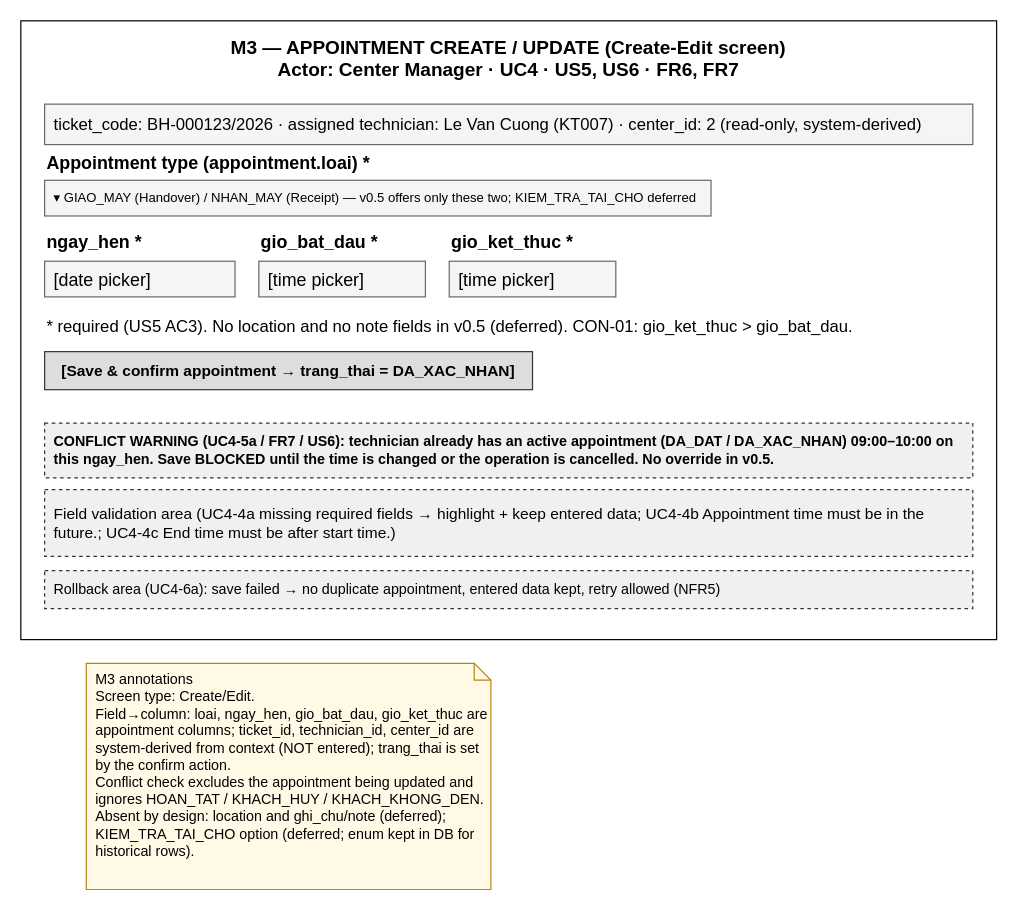
RASPHONE/cdtn1-rasphonesamphanthamith-l4 keeps this draw.io diagram as page "M3 Appointment" (3 of 3) of docs/wireframes_l4_en.drawio. Above is the earlier version. Source tidied: cells renumbered, new cells numbered last; positions are measured from the earlier drawing's top-left corner, leaving out a move shared by most shapes. Both pictures are drawn from the tidied source at 119%, with x=0, y=0 at pixel (20, 20).
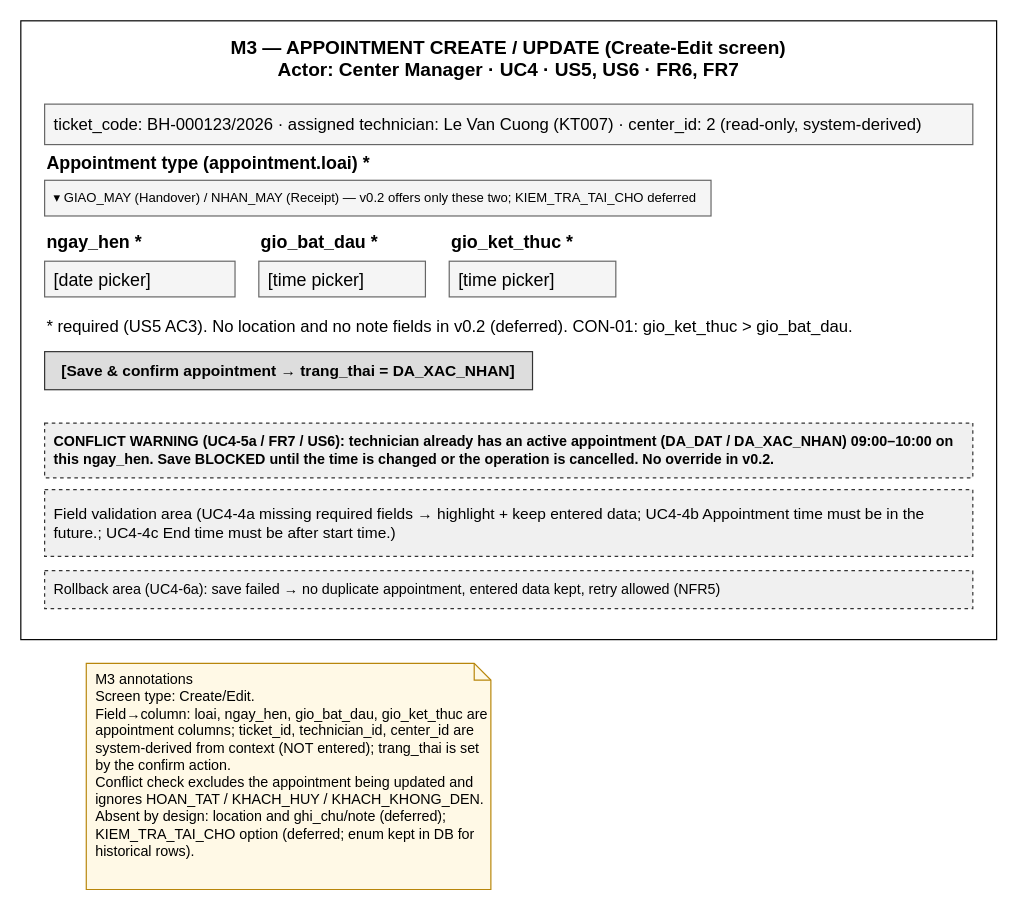
Above is the later version.

Diff of the diagram source:
```diff
@@
 <mxGraphModel>
   <root>
     <mxCell id="0" />
     <mxCell id="1" parent="0" />
     <mxCell id="2" value="M3 — APPOINTMENT CREATE / UPDATE (Create-Edit screen)&#10;Actor: Center Manager · UC4 · US5, US6 · FR6, FR7" style="rounded=0;whiteSpace=wrap;html=1;fillColor=#FFFFFF;strokeColor=#000000;verticalAlign=top;fontStyle=1;fontSize=16;spacingTop=6;" parent="1" vertex="1">
       <mxGeometry width="820" height="520" as="geometry" />
     </mxCell>
     <mxCell id="3" value="ticket_code: BH-000123/2026 · assigned technician: Le Van Cuong (KT007) · center_id: 2  (read-only, system-derived)" style="rounded=0;whiteSpace=wrap;html=1;fillColor=#F5F5F5;strokeColor=#666666;align=left;spacingLeft=6;fontSize=14;" parent="1" vertex="1">
       <mxGeometry x="20" y="70" width="780" height="34" as="geometry" />
     </mxCell>
     <mxCell id="4" value="Appointment type (appointment.loai) *" style="text;html=1;align=left;fontSize=15;fontStyle=1;" parent="1" vertex="1">
       <mxGeometry x="20" y="104" width="260" height="18" as="geometry" />
     </mxCell>
-    <mxCell id="5" value="▾ GIAO_MAY (Handover) / NHAN_MAY (Receipt) — v0.5 offers only these two; KIEM_TRA_TAI_CHO deferred" style="rounded=0;whiteSpace=wrap;html=1;fillColor=#F5F5F5;strokeColor=#666666;align=left;spacingLeft=6;fontSize=11;" parent="1" vertex="1">
+    <mxCell id="5" value="▾ GIAO_MAY (Handover) / NHAN_MAY (Receipt) — v0.2 offers only these two; KIEM_TRA_TAI_CHO deferred" style="rounded=0;whiteSpace=wrap;html=1;fillColor=#F5F5F5;strokeColor=#666666;align=left;spacingLeft=6;fontSize=11;" parent="1" vertex="1">
       <mxGeometry x="20" y="134" width="560" height="30" as="geometry" />
     </mxCell>
     <mxCell id="6" value="ngay_hen *" style="text;html=1;align=left;fontSize=15;fontStyle=1;" parent="1" vertex="1">
       <mxGeometry x="20" y="170" width="120" height="18" as="geometry" />
     </mxCell>
     <mxCell id="7" value="[date picker]" style="rounded=0;whiteSpace=wrap;html=1;fillColor=#F5F5F5;strokeColor=#666666;align=left;spacingLeft=6;fontSize=15;" parent="1" vertex="1">
       <mxGeometry x="20" y="202" width="160" height="30" as="geometry" />
     </mxCell>
     <mxCell id="8" value="gio_bat_dau *" style="text;html=1;align=left;fontSize=15;fontStyle=1;" parent="1" vertex="1">
       <mxGeometry x="200" y="170" width="120" height="18" as="geometry" />
     </mxCell>
     <mxCell id="9" value="[time picker]" style="rounded=0;whiteSpace=wrap;html=1;fillColor=#F5F5F5;strokeColor=#666666;align=left;spacingLeft=6;fontSize=15;" parent="1" vertex="1">
       <mxGeometry x="200" y="202" width="140" height="30" as="geometry" />
     </mxCell>
     <mxCell id="10" value="gio_ket_thuc *" style="text;html=1;align=left;fontSize=15;fontStyle=1;" parent="1" vertex="1">
       <mxGeometry x="360" y="170" width="120" height="18" as="geometry" />
     </mxCell>
     <mxCell id="11" value="[time picker]" style="rounded=0;whiteSpace=wrap;html=1;fillColor=#F5F5F5;strokeColor=#666666;align=left;spacingLeft=6;fontSize=15;" parent="1" vertex="1">
       <mxGeometry x="360" y="202" width="140" height="30" as="geometry" />
     </mxCell>
-    <mxCell id="12" value="* required (US5 AC3). No location and no note fields in v0.5 (deferred). CON-01: gio_ket_thuc &amp;gt; gio_bat_dau." style="text;html=1;align=left;fontSize=14;" parent="1" vertex="1">
+    <mxCell id="12" value="* required (US5 AC3). No location and no note fields in v0.2 (deferred). CON-01: gio_ket_thuc &amp;gt; gio_bat_dau." style="text;html=1;align=left;fontSize=14;" parent="1" vertex="1">
       <mxGeometry x="20" y="242" width="780" height="18" as="geometry" />
     </mxCell>
     <mxCell id="13" value="[Save &amp;amp; confirm appointment → trang_thai = DA_XAC_NHAN]" style="rounded=0;whiteSpace=wrap;html=1;fillColor=#DDDDDD;strokeColor=#333333;fontSize=13;fontStyle=1;" parent="1" vertex="1">
       <mxGeometry x="20" y="278" width="410" height="32" as="geometry" />
     </mxCell>
-    <mxCell id="14" value="CONFLICT WARNING (UC4-5a / FR7 / US6): technician already has an active appointment (DA_DAT / DA_XAC_NHAN) 09:00–10:00 on this ngay_hen. Save BLOCKED until the time is changed or the operation is cancelled. No override in v0.5." style="rounded=0;whiteSpace=wrap;html=1;fillColor=#F0F0F0;strokeColor=#333333;dashed=1;align=left;spacingLeft=6;fontSize=12;fontStyle=1;" parent="1" vertex="1">
+    <mxCell id="14" value="CONFLICT WARNING (UC4-5a / FR7 / US6): technician already has an active appointment (DA_DAT / DA_XAC_NHAN) 09:00–10:00 on this ngay_hen. Save BLOCKED until the time is changed or the operation is cancelled. No override in v0.2." style="rounded=0;whiteSpace=wrap;html=1;fillColor=#F0F0F0;strokeColor=#333333;dashed=1;align=left;spacingLeft=6;fontSize=12;fontStyle=1;" parent="1" vertex="1">
       <mxGeometry x="20" y="338" width="780" height="46" as="geometry" />
     </mxCell>
     <mxCell id="15" value="Field validation area (UC4-4a missing required fields → highlight + keep entered data; UC4-4b Appointment time must be in the future.; UC4-4c End time must be after start time.)" style="rounded=0;whiteSpace=wrap;html=1;fillColor=#F0F0F0;strokeColor=#333333;dashed=1;align=left;spacingLeft=6;fontSize=13;" parent="1" vertex="1">
       <mxGeometry x="20" y="394" width="780" height="56" as="geometry" />
     </mxCell>
     <mxCell id="16" value="Rollback area (UC4-6a): save failed → no duplicate appointment, entered data kept, retry allowed (NFR5)" style="rounded=0;whiteSpace=wrap;html=1;fillColor=#F0F0F0;strokeColor=#333333;dashed=1;align=left;spacingLeft=6;fontSize=12;" parent="1" vertex="1">
       <mxGeometry x="20" y="462" width="780" height="32" as="geometry" />
     </mxCell>
     <mxCell id="17" value="M3 annotations&#10;Screen type: Create/Edit.&#10;Field→column: loai, ngay_hen, gio_bat_dau, gio_ket_thuc are appointment columns; ticket_id, technician_id, center_id are system-derived from context (NOT entered); trang_thai is set by the confirm action.&#10;Conflict check excludes the appointment being updated and ignores HOAN_TAT / KHACH_HUY / KHACH_KHONG_DEN.&#10;Absent by design: location and ghi_chu/note (deferred); KIEM_TRA_TAI_CHO option (deferred; enum kept in DB for historical rows)." style="shape=note;whiteSpace=wrap;html=1;size=14;align=left;verticalAlign=top;spacingLeft=6;fontSize=12;fillColor=#FFF9E6;strokeColor=#B8860B;" parent="1" vertex="1">
       <mxGeometry x="55" y="540" width="340" height="190" as="geometry" />
     </mxCell>
   </root>
 </mxGraphModel>
```
